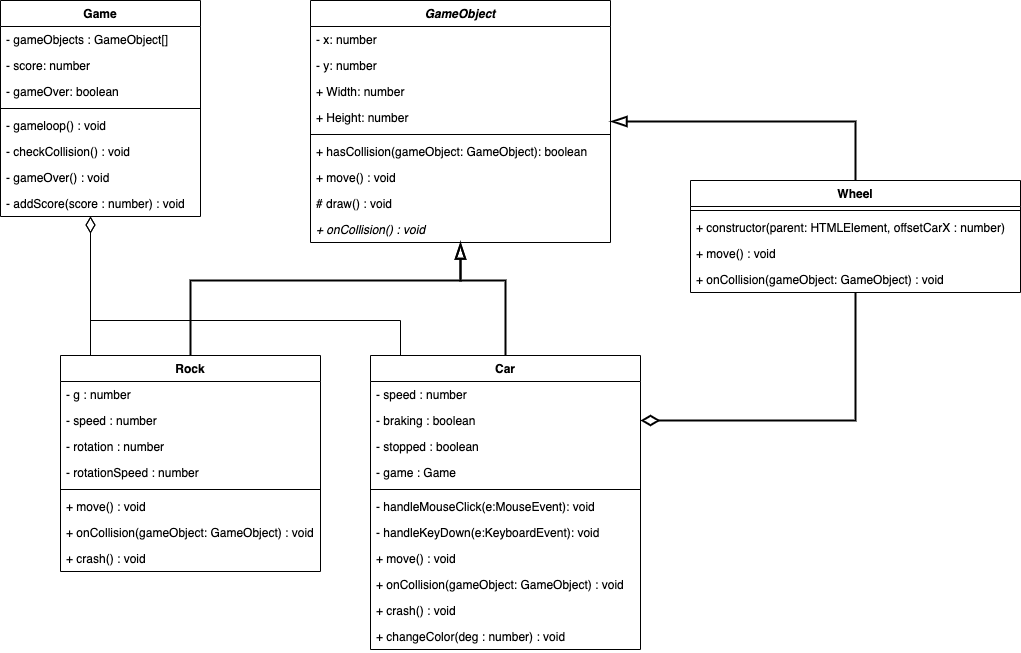
This is UML-close-call.png from FrankSolleveld/CloseCall, a draw.io export, as it was before one commit. Source tidied: cells renumbered, new cells last; positions are measured from the earlier drawing's top-left corner, leaving out a move shared by most shapes. The source it was exported from:
```xml
<mxGraphModel>
  <root>
    <mxCell id="0" />
    <mxCell id="1" parent="0" />
    <mxCell id="2" style="edgeStyle=orthogonalEdgeStyle;rounded=0;jettySize=auto;html=1;exitX=0.131;exitY=0.005;exitDx=0;exitDy=0;endArrow=diamondThin;endFill=0;endSize=14;startSize=14;strokeWidth=1;exitPerimeter=0;" parent="1" edge="1" source="35" target="44">
      <mxGeometry relative="1" as="geometry">
        <Array as="points">
          <mxPoint x="90" y="356" />
        </Array>
      </mxGeometry>
    </mxCell>
    <mxCell id="3" style="edgeStyle=orthogonalEdgeStyle;rounded=0;jettySize=auto;html=1;exitX=0.5;exitY=0;exitDx=0;exitDy=0;endArrow=blockThin;endFill=0;strokeWidth=2;endSize=12;startSize=12;" parent="1" edge="1" source="35" target="8">
      <mxGeometry relative="1" as="geometry">
        <Array as="points">
          <mxPoint x="190" y="280" />
          <mxPoint x="460" y="280" />
        </Array>
      </mxGeometry>
    </mxCell>
    <mxCell id="4" style="edgeStyle=orthogonalEdgeStyle;rounded=0;jettySize=auto;html=1;exitX=0.5;exitY=0;exitDx=0;exitDy=0;endArrow=diamondThin;endFill=0;strokeWidth=1;endSize=14;startSize=14;" parent="1" edge="1" source="23" target="44">
      <mxGeometry relative="1" as="geometry">
        <Array as="points">
          <mxPoint x="400" y="355" />
          <mxPoint x="400" y="320" />
          <mxPoint x="90" y="320" />
        </Array>
      </mxGeometry>
    </mxCell>
    <mxCell id="5" style="edgeStyle=orthogonalEdgeStyle;rounded=0;jettySize=auto;html=1;exitX=0.5;exitY=0;exitDx=0;exitDy=0;endArrow=blockThin;endFill=0;strokeWidth=2;endSize=12;startSize=12;" parent="1" edge="1" source="23" target="8">
      <mxGeometry relative="1" as="geometry">
        <Array as="points">
          <mxPoint x="505" y="280" />
          <mxPoint x="460" y="280" />
        </Array>
      </mxGeometry>
    </mxCell>
    <mxCell id="6" style="edgeStyle=orthogonalEdgeStyle;rounded=0;jettySize=auto;html=1;exitX=0.5;exitY=0;exitDx=0;exitDy=0;endArrow=blockThin;endFill=0;strokeWidth=2;endSize=12;startSize=12;" parent="1" edge="1" source="18" target="8">
      <mxGeometry relative="1" as="geometry" />
    </mxCell>
    <mxCell id="7" style="edgeStyle=orthogonalEdgeStyle;rounded=0;jettySize=auto;html=1;exitX=1;exitY=0.5;exitDx=0;exitDy=0;endArrow=none;endFill=0;startArrow=diamondThin;startFill=0;strokeWidth=2;endSize=12;startSize=14;" parent="1" edge="1" source="25" target="18">
      <mxGeometry relative="1" as="geometry" />
    </mxCell>
    <mxCell id="8" value="GameObject" style="swimlane;fontStyle=3;align=center;verticalAlign=top;horizontal=1;startSize=26;" parent="1" vertex="1">
      <mxGeometry x="310" width="300" height="242" as="geometry" />
    </mxCell>
    <mxCell id="9" value="- x: number" style="text;strokeColor=none;fillColor=none;align=left;verticalAlign=top;spacingLeft=4;spacingRight=4;overflow=hidden;" parent="8" vertex="1">
      <mxGeometry y="26" width="300" height="26" as="geometry" />
    </mxCell>
    <mxCell id="10" value="- y: number" style="text;strokeColor=none;fillColor=none;align=left;verticalAlign=top;spacingLeft=4;spacingRight=4;overflow=hidden;" parent="8" vertex="1">
      <mxGeometry y="52" width="300" height="26" as="geometry" />
    </mxCell>
    <mxCell id="11" value="+ Width: number" style="text;strokeColor=none;fillColor=none;align=left;verticalAlign=top;spacingLeft=4;spacingRight=4;overflow=hidden;" parent="8" vertex="1">
      <mxGeometry y="78" width="300" height="26" as="geometry" />
    </mxCell>
    <mxCell id="12" value="+ Height: number" style="text;strokeColor=none;fillColor=none;align=left;verticalAlign=top;spacingLeft=4;spacingRight=4;overflow=hidden;" parent="8" vertex="1">
      <mxGeometry y="104" width="300" height="26" as="geometry" />
    </mxCell>
    <mxCell id="13" style="line;strokeWidth=1;fillColor=none;align=left;verticalAlign=middle;spacingTop=-1;spacingLeft=3;spacingRight=3;labelPosition=right;" parent="8" vertex="1">
      <mxGeometry y="130" width="300" height="8" as="geometry" />
    </mxCell>
    <mxCell id="14" value="+ hasCollision(gameObject: GameObject): boolean" style="text;strokeColor=none;fillColor=none;align=left;verticalAlign=top;spacingLeft=4;spacingRight=4;overflow=hidden;" parent="8" vertex="1">
      <mxGeometry y="138" width="300" height="26" as="geometry" />
    </mxCell>
    <mxCell id="15" value="+ move() : void" style="text;strokeColor=none;fillColor=none;align=left;verticalAlign=top;spacingLeft=4;spacingRight=4;overflow=hidden;fontStyle=0;" parent="8" vertex="1">
      <mxGeometry y="164" width="300" height="26" as="geometry" />
    </mxCell>
    <mxCell id="16" value="# draw() : void" style="text;strokeColor=none;fillColor=none;align=left;verticalAlign=top;spacingLeft=4;spacingRight=4;overflow=hidden;fontStyle=0;" parent="8" vertex="1">
      <mxGeometry y="190" width="300" height="26" as="geometry" />
    </mxCell>
    <mxCell id="17" value="+ onCollision() : void" style="text;strokeColor=none;fillColor=none;align=left;verticalAlign=top;spacingLeft=4;spacingRight=4;overflow=hidden;fontStyle=2;" parent="8" vertex="1">
      <mxGeometry y="216" width="300" height="26" as="geometry" />
    </mxCell>
    <mxCell id="18" value="Wheel" style="swimlane;fontStyle=1;align=center;verticalAlign=top;horizontal=1;startSize=26;" parent="1" vertex="1">
      <mxGeometry x="690" y="180" width="330" height="112" as="geometry" />
    </mxCell>
    <mxCell id="19" style="line;strokeWidth=1;fillColor=none;align=left;verticalAlign=middle;spacingTop=-1;spacingLeft=3;spacingRight=3;labelPosition=right;" parent="18" vertex="1">
      <mxGeometry y="26" width="330" height="8" as="geometry" />
    </mxCell>
    <mxCell id="20" value="+ constructor(parent: HTMLElement, offsetCarX : number)" style="text;strokeColor=none;fillColor=none;align=left;verticalAlign=top;spacingLeft=4;spacingRight=4;overflow=hidden;" parent="18" vertex="1">
      <mxGeometry y="34" width="330" height="26" as="geometry" />
    </mxCell>
    <mxCell id="21" value="+ move() : void" style="text;strokeColor=none;fillColor=none;align=left;verticalAlign=top;spacingLeft=4;spacingRight=4;overflow=hidden;" parent="18" vertex="1">
      <mxGeometry y="60" width="330" height="26" as="geometry" />
    </mxCell>
    <mxCell id="22" value="+ onCollision(gameObject: GameObject) : void" style="text;strokeColor=none;fillColor=none;align=left;verticalAlign=top;spacingLeft=4;spacingRight=4;overflow=hidden;" parent="18" vertex="1">
      <mxGeometry y="86" width="330" height="26" as="geometry" />
    </mxCell>
    <mxCell id="23" value="Car" style="swimlane;fontStyle=1;align=center;verticalAlign=top;horizontal=1;startSize=26;" parent="1" vertex="1">
      <mxGeometry x="370" y="355" width="270" height="294" as="geometry" />
    </mxCell>
    <mxCell id="24" value="- speed : number" style="text;strokeColor=none;fillColor=none;align=left;verticalAlign=top;spacingLeft=4;spacingRight=4;overflow=hidden;" parent="23" vertex="1">
      <mxGeometry y="26" width="270" height="26" as="geometry" />
    </mxCell>
    <mxCell id="25" value="- braking : boolean" style="text;strokeColor=none;fillColor=none;align=left;verticalAlign=top;spacingLeft=4;spacingRight=4;overflow=hidden;points=[[0,0.5],[1,0.5]];portConstraint=eastwest;" parent="23" vertex="1">
      <mxGeometry y="52" width="270" height="26" as="geometry" />
    </mxCell>
    <mxCell id="26" value="- stopped : boolean" style="text;strokeColor=none;fillColor=none;align=left;verticalAlign=top;spacingLeft=4;spacingRight=4;overflow=hidden;" parent="23" vertex="1">
      <mxGeometry y="78" width="270" height="26" as="geometry" />
    </mxCell>
    <mxCell id="27" value="- game : Game" style="text;strokeColor=none;fillColor=none;align=left;verticalAlign=top;spacingLeft=4;spacingRight=4;overflow=hidden;" parent="23" vertex="1">
      <mxGeometry y="104" width="270" height="26" as="geometry" />
    </mxCell>
    <mxCell id="28" style="line;strokeWidth=1;fillColor=none;align=left;verticalAlign=middle;spacingTop=-1;spacingLeft=3;spacingRight=3;labelPosition=right;" parent="23" vertex="1">
      <mxGeometry y="130" width="270" height="8" as="geometry" />
    </mxCell>
    <mxCell id="29" value="- handleMouseClick(e:MouseEvent): void" style="text;strokeColor=none;fillColor=none;align=left;verticalAlign=top;spacingLeft=4;spacingRight=4;overflow=hidden;" parent="23" vertex="1">
      <mxGeometry y="138" width="270" height="26" as="geometry" />
    </mxCell>
    <mxCell id="30" value="- handleKeyDown(e:KeyboardEvent): void" style="text;strokeColor=none;fillColor=none;align=left;verticalAlign=top;spacingLeft=4;spacingRight=4;overflow=hidden;" parent="23" vertex="1">
      <mxGeometry y="164" width="270" height="26" as="geometry" />
    </mxCell>
    <mxCell id="31" value="+ move() : void" style="text;strokeColor=none;fillColor=none;align=left;verticalAlign=top;spacingLeft=4;spacingRight=4;overflow=hidden;" parent="23" vertex="1">
      <mxGeometry y="190" width="270" height="26" as="geometry" />
    </mxCell>
    <mxCell id="32" value="+ onCollision(gameObject: GameObject) : void" style="text;strokeColor=none;fillColor=none;align=left;verticalAlign=top;spacingLeft=4;spacingRight=4;overflow=hidden;" parent="23" vertex="1">
      <mxGeometry y="216" width="270" height="26" as="geometry" />
    </mxCell>
    <mxCell id="33" value="+ crash() : void" style="text;strokeColor=none;fillColor=none;align=left;verticalAlign=top;spacingLeft=4;spacingRight=4;overflow=hidden;" parent="23" vertex="1">
      <mxGeometry y="242" width="270" height="26" as="geometry" />
    </mxCell>
    <mxCell id="34" value="+ changeColor(deg : number) : void" style="text;strokeColor=none;fillColor=none;align=left;verticalAlign=top;spacingLeft=4;spacingRight=4;overflow=hidden;" parent="23" vertex="1">
      <mxGeometry y="268" width="270" height="26" as="geometry" />
    </mxCell>
    <mxCell id="35" value="Rock" style="swimlane;fontStyle=1;align=center;verticalAlign=top;horizontal=1;startSize=26;" parent="1" vertex="1">
      <mxGeometry x="60" y="355" width="260" height="216" as="geometry" />
    </mxCell>
    <mxCell id="36" value="- g : number" style="text;strokeColor=none;fillColor=none;align=left;verticalAlign=top;spacingLeft=4;spacingRight=4;overflow=hidden;" parent="35" vertex="1">
      <mxGeometry y="26" width="260" height="26" as="geometry" />
    </mxCell>
    <mxCell id="37" value="- speed : number" style="text;strokeColor=none;fillColor=none;align=left;verticalAlign=top;spacingLeft=4;spacingRight=4;overflow=hidden;" parent="35" vertex="1">
      <mxGeometry y="52" width="260" height="26" as="geometry" />
    </mxCell>
    <mxCell id="38" value="- rotation : number" style="text;strokeColor=none;fillColor=none;align=left;verticalAlign=top;spacingLeft=4;spacingRight=4;overflow=hidden;" parent="35" vertex="1">
      <mxGeometry y="78" width="260" height="26" as="geometry" />
    </mxCell>
    <mxCell id="39" value="- rotationSpeed : number" style="text;strokeColor=none;fillColor=none;align=left;verticalAlign=top;spacingLeft=4;spacingRight=4;overflow=hidden;" parent="35" vertex="1">
      <mxGeometry y="104" width="260" height="26" as="geometry" />
    </mxCell>
    <mxCell id="40" style="line;strokeWidth=1;fillColor=none;align=left;verticalAlign=middle;spacingTop=-1;spacingLeft=3;spacingRight=3;labelPosition=right;" parent="35" vertex="1">
      <mxGeometry y="130" width="260" height="8" as="geometry" />
    </mxCell>
    <mxCell id="41" value="+ move() : void" style="text;strokeColor=none;fillColor=none;align=left;verticalAlign=top;spacingLeft=4;spacingRight=4;overflow=hidden;" parent="35" vertex="1">
      <mxGeometry y="138" width="260" height="26" as="geometry" />
    </mxCell>
    <mxCell id="42" value="+ onCollision(gameObject: GameObject) : void" style="text;strokeColor=none;fillColor=none;align=left;verticalAlign=top;spacingLeft=4;spacingRight=4;overflow=hidden;" parent="35" vertex="1">
      <mxGeometry y="164" width="260" height="26" as="geometry" />
    </mxCell>
    <mxCell id="43" value="+ crash() : void" style="text;strokeColor=none;fillColor=none;align=left;verticalAlign=top;spacingLeft=4;spacingRight=4;overflow=hidden;" parent="35" vertex="1">
      <mxGeometry y="190" width="260" height="26" as="geometry" />
    </mxCell>
    <mxCell id="44" value="Game" style="swimlane;fontStyle=1;align=center;verticalAlign=top;horizontal=1;startSize=26;" parent="1" vertex="1">
      <mxGeometry width="200" height="216" as="geometry" />
    </mxCell>
    <mxCell id="45" value="- gameObjects : GameObject[]" style="text;strokeColor=none;fillColor=none;align=left;verticalAlign=top;spacingLeft=4;spacingRight=4;overflow=hidden;" parent="44" vertex="1">
      <mxGeometry y="26" width="200" height="26" as="geometry" />
    </mxCell>
    <mxCell id="46" value="- score: number" style="text;strokeColor=none;fillColor=none;align=left;verticalAlign=top;spacingLeft=4;spacingRight=4;overflow=hidden;" parent="44" vertex="1">
      <mxGeometry y="52" width="200" height="26" as="geometry" />
    </mxCell>
    <mxCell id="47" value="- gameOver: boolean" style="text;strokeColor=none;fillColor=none;align=left;verticalAlign=top;spacingLeft=4;spacingRight=4;overflow=hidden;" parent="44" vertex="1">
      <mxGeometry y="78" width="200" height="26" as="geometry" />
    </mxCell>
    <mxCell id="48" style="line;strokeWidth=1;fillColor=none;align=left;verticalAlign=middle;spacingTop=-1;spacingLeft=3;spacingRight=3;labelPosition=right;" parent="44" vertex="1">
      <mxGeometry y="104" width="200" height="8" as="geometry" />
    </mxCell>
    <mxCell id="49" value="- gameloop() : void" style="text;strokeColor=none;fillColor=none;align=left;verticalAlign=top;spacingLeft=4;spacingRight=4;overflow=hidden;" parent="44" vertex="1">
      <mxGeometry y="112" width="200" height="26" as="geometry" />
    </mxCell>
    <mxCell id="50" value="- checkCollision() : void" style="text;strokeColor=none;fillColor=none;align=left;verticalAlign=top;spacingLeft=4;spacingRight=4;overflow=hidden;" parent="44" vertex="1">
      <mxGeometry y="138" width="200" height="26" as="geometry" />
    </mxCell>
    <mxCell id="51" value="- gameOver() : void" style="text;strokeColor=none;fillColor=none;align=left;verticalAlign=top;spacingLeft=4;spacingRight=4;overflow=hidden;" parent="44" vertex="1">
      <mxGeometry y="164" width="200" height="26" as="geometry" />
    </mxCell>
    <mxCell id="52" value="- addScore(score : number) : void" style="text;strokeColor=none;fillColor=none;align=left;verticalAlign=top;spacingLeft=4;spacingRight=4;overflow=hidden;" parent="44" vertex="1">
      <mxGeometry y="190" width="200" height="26" as="geometry" />
    </mxCell>
  </root>
</mxGraphModel>
```
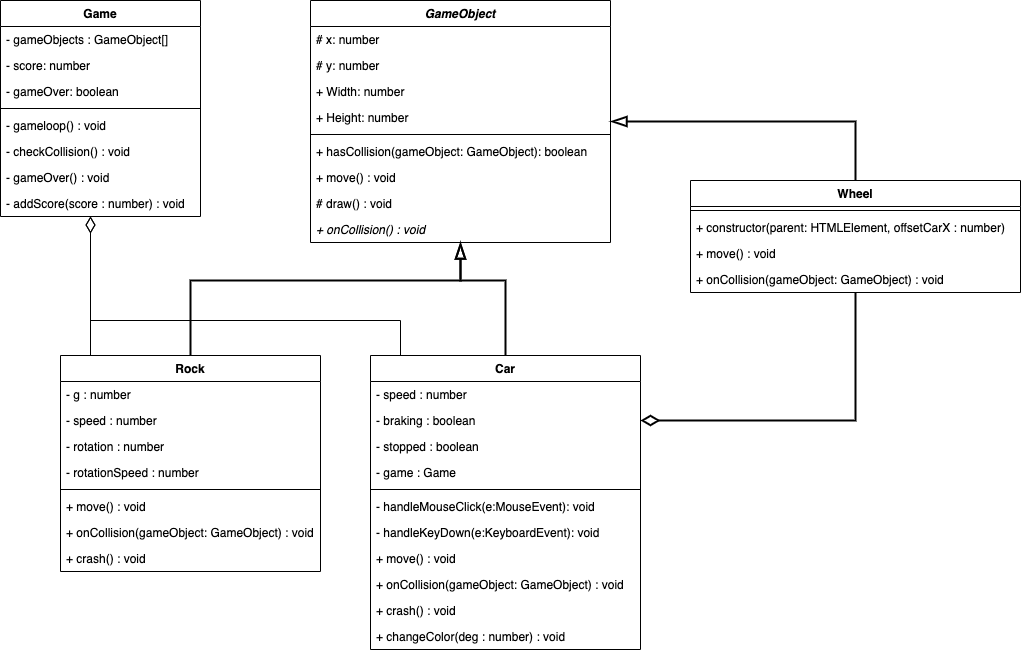
The same diagram one commit later.

Commit message:
update UML protected

The edit, as a diff of the source:
```diff
@@ -43,10 +43,10 @@
     <mxCell id="8" value="GameObject" style="swimlane;fontStyle=3;align=center;verticalAlign=top;horizontal=1;startSize=26;" parent="1" vertex="1">
       <mxGeometry x="310" width="300" height="242" as="geometry" />
     </mxCell>
-    <mxCell id="9" value="- x: number" style="text;strokeColor=none;fillColor=none;align=left;verticalAlign=top;spacingLeft=4;spacingRight=4;overflow=hidden;" parent="8" vertex="1">
+    <mxCell id="9" value="# x: number" style="text;strokeColor=none;fillColor=none;align=left;verticalAlign=top;spacingLeft=4;spacingRight=4;overflow=hidden;" parent="8" vertex="1">
       <mxGeometry y="26" width="300" height="26" as="geometry" />
     </mxCell>
-    <mxCell id="10" value="- y: number" style="text;strokeColor=none;fillColor=none;align=left;verticalAlign=top;spacingLeft=4;spacingRight=4;overflow=hidden;" parent="8" vertex="1">
+    <mxCell id="10" value="# y: number" style="text;strokeColor=none;fillColor=none;align=left;verticalAlign=top;spacingLeft=4;spacingRight=4;overflow=hidden;" parent="8" vertex="1">
       <mxGeometry y="52" width="300" height="26" as="geometry" />
     </mxCell>
     <mxCell id="11" value="+ Width: number" style="text;strokeColor=none;fillColor=none;align=left;verticalAlign=top;spacingLeft=4;spacingRight=4;overflow=hidden;" parent="8" vertex="1">
```
